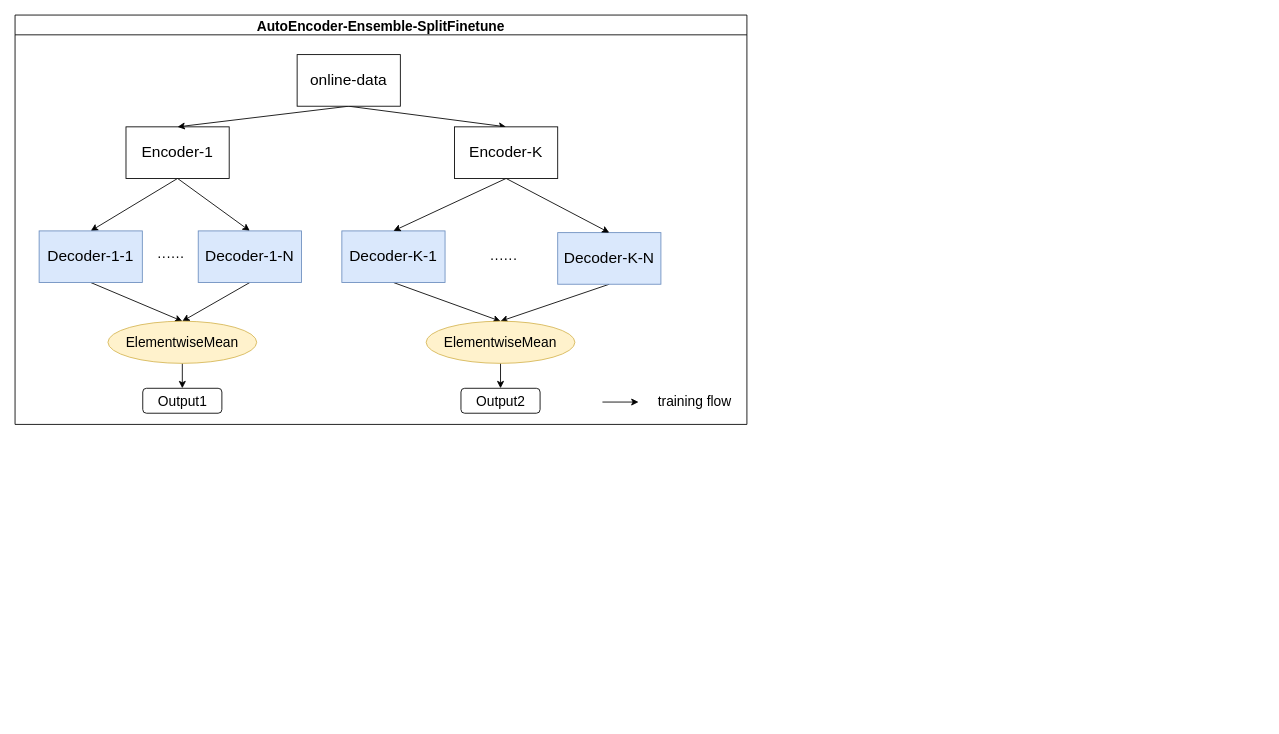
Above: naic21.online.finetune2.drawio in Wu-Xiang123/Hello-GItHub (draw.io), before the change. Source tidied: cells renumbered, new cells numbered last; positions are measured from the earlier drawing's top-left corner, leaving out a move shared by most shapes. Both pictures are drawn from the tidied source at 86%, with x=0, y=0 at pixel (15, 15).
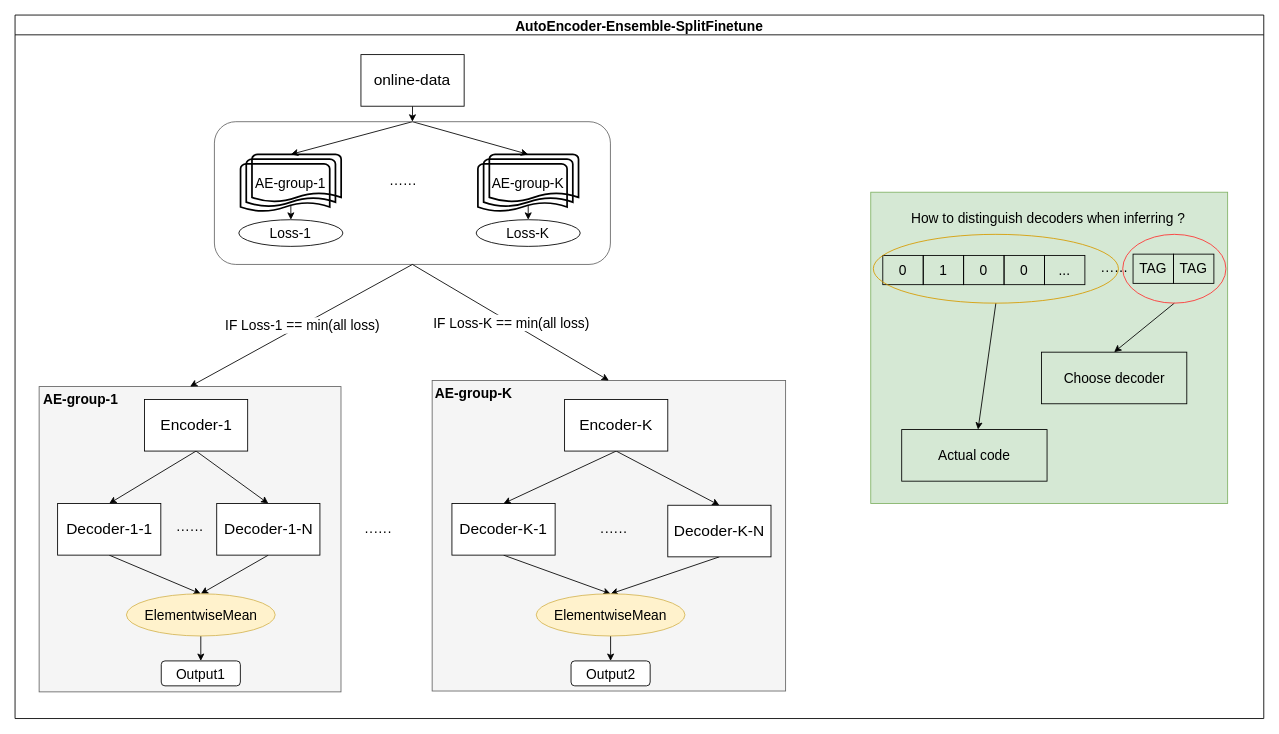
The same diagram, later.

What changed in the source:
```diff
@@
     <mxCell id="2" value="AutoEncoder-Ensemble-SplitFinetune" style="swimlane;fontSize=16;" parent="1" vertex="1">
-      <mxGeometry width="851" height="476" as="geometry" />
+      <mxGeometry width="1452" height="818" as="geometry" />
     </mxCell>
+    <mxCell id="30" style="edgeStyle=none;rounded=0;jettySize=auto;html=1;exitX=0.5;exitY=0;exitDx=0;exitDy=0;entryX=0.5;entryY=0;entryDx=0;entryDy=0;entryPerimeter=0;fontSize=16;" parent="2" edge="1" source="32" target="40">
+      <mxGeometry relative="1" as="geometry" />
+    </mxCell>
+    <mxCell id="31" style="edgeStyle=none;rounded=0;jettySize=auto;html=1;exitX=0.5;exitY=0;exitDx=0;exitDy=0;entryX=0.5;entryY=0;entryDx=0;entryDy=0;entryPerimeter=0;fontSize=16;" parent="2" edge="1" source="32" target="43">
+      <mxGeometry relative="1" as="geometry" />
+    </mxCell>
+    <mxCell id="32" style="rounded=1;whiteSpace=wrap;html=1;fontSize=16;fillColor=none;fontColor=#333333;strokeColor=#666666;" parent="2" vertex="1">
+      <mxGeometry x="231.8" y="124" width="460.5" height="166" as="geometry" />
+    </mxCell>
+    <mxCell id="33" style="rounded=0;whiteSpace=wrap;html=1;fillColor=#f5f5f5;fontColor=#333333;strokeColor=#666666;" parent="2" vertex="1">
+      <mxGeometry x="485" y="425" width="411" height="361" as="geometry" />
+    </mxCell>
+    <mxCell id="34" style="rounded=0;whiteSpace=wrap;html=1;fillColor=#f5f5f5;fontColor=#333333;strokeColor=#666666;" parent="2" vertex="1">
+      <mxGeometry x="28" y="432" width="351" height="355" as="geometry" />
+    </mxCell>
@@
     <mxCell id="5" value="&lt;font style=&quot;font-size: 18px;&quot;&gt;Encoder-1&lt;/font&gt;" style="rounded=0;whiteSpace=wrap;html=1;" parent="2" vertex="1">
-      <mxGeometry x="129" y="130" width="120" height="60" as="geometry" />
+      <mxGeometry x="150.5" y="447" width="120" height="60" as="geometry" />
     </mxCell>
@@
-    <mxCell id="7" value="&lt;font style=&quot;font-size: 18px;&quot;&gt;Decoder-1-1&lt;br&gt;&lt;/font&gt;" style="rounded=0;whiteSpace=wrap;html=1;fillColor=#dae8fc;strokeColor=#6c8ebf;" parent="2" vertex="1">
-      <mxGeometry x="28" y="251" width="120" height="60" as="geometry" />
+    <mxCell id="7" value="&lt;font style=&quot;font-size: 18px;&quot;&gt;Decoder-1-1&lt;br&gt;&lt;/font&gt;" style="rounded=0;whiteSpace=wrap;html=1;" parent="2" vertex="1">
+      <mxGeometry x="49.5" y="568" width="120" height="60" as="geometry" />
     </mxCell>
@@
-    <mxCell id="9" value="&lt;font style=&quot;font-size: 18px;&quot;&gt;Decoder-1-N&lt;br&gt;&lt;/font&gt;" style="rounded=0;whiteSpace=wrap;html=1;fillColor=#dae8fc;strokeColor=#6c8ebf;" parent="2" vertex="1">
-      <mxGeometry x="213" y="251" width="120" height="60" as="geometry" />
+    <mxCell id="9" value="&lt;font style=&quot;font-size: 18px;&quot;&gt;Decoder-1-N&lt;br&gt;&lt;/font&gt;" style="rounded=0;whiteSpace=wrap;html=1;" parent="2" vertex="1">
+      <mxGeometry x="234.5" y="568" width="120" height="60" as="geometry" />
     </mxCell>
@@
-    <mxCell id="11" value="&lt;font style=&quot;font-size: 18px;&quot;&gt;Decoder-K-1&lt;br&gt;&lt;/font&gt;" style="rounded=0;whiteSpace=wrap;html=1;fillColor=#dae8fc;strokeColor=#6c8ebf;" parent="2" vertex="1">
-      <mxGeometry x="380" y="251" width="120" height="60" as="geometry" />
+    <mxCell id="11" value="&lt;font style=&quot;font-size: 18px;&quot;&gt;Decoder-K-1&lt;br&gt;&lt;/font&gt;" style="rounded=0;whiteSpace=wrap;html=1;" parent="2" vertex="1">
+      <mxGeometry x="508" y="568" width="120" height="60" as="geometry" />
     </mxCell>
@@
-    <mxCell id="13" value="&lt;span style=&quot;font-size: 18px;&quot;&gt;Decoder-K-N&lt;/span&gt;" style="rounded=0;whiteSpace=wrap;html=1;fillColor=#dae8fc;strokeColor=#6c8ebf;" parent="2" vertex="1">
-      <mxGeometry x="631" y="253" width="120" height="60" as="geometry" />
+    <mxCell id="13" value="&lt;span style=&quot;font-size: 18px;&quot;&gt;Decoder-K-N&lt;/span&gt;" style="rounded=0;whiteSpace=wrap;html=1;" parent="2" vertex="1">
+      <mxGeometry x="759" y="570" width="120" height="60" as="geometry" />
     </mxCell>
     <mxCell id="14" value="······" style="text;html=1;align=center;verticalAlign=middle;strokeColor=none;fillColor=none;fontSize=16;" parent="2" vertex="1">
-      <mxGeometry x="543" y="267.5" width="50" height="31" as="geometry" />
+      <mxGeometry x="671" y="584.5" width="50" height="31" as="geometry" />
     </mxCell>
@@
     <mxCell id="16" value="ElementwiseMean" style="ellipse;whiteSpace=wrap;html=1;fontSize=16;fillColor=#fff2cc;strokeColor=#d6b656;" parent="2" vertex="1">
-      <mxGeometry x="108" y="356" width="173" height="49" as="geometry" />
+      <mxGeometry x="129.5" y="673" width="173" height="49" as="geometry" />
     </mxCell>
     <mxCell id="17" value="Output1" style="rounded=1;whiteSpace=wrap;html=1;fontSize=16;" parent="2" vertex="1">
-      <mxGeometry x="148.5" y="434" width="92" height="29" as="geometry" />
+      <mxGeometry x="170" y="751" width="92" height="29" as="geometry" />
     </mxCell>
-    <mxCell id="18" style="endArrow=classic;html=1;rounded=0;fontSize=16;" parent="2" edge="1">
-      <mxGeometry relative="1" as="geometry">
-        <mxPoint x="683" y="450" as="sourcePoint" />
-        <mxPoint x="725" y="450" as="targetPoint" />
-      </mxGeometry>
-    </mxCell>
-    <mxCell id="19" value="training flow" style="text;html=1;align=center;verticalAlign=middle;strokeColor=none;fillColor=none;fontSize=16;" parent="2" vertex="1">
-      <mxGeometry x="738" y="433" width="104" height="31" as="geometry" />
-    </mxCell>
-    <mxCell id="20" style="edgeStyle=none;rounded=0;jettySize=auto;html=1;exitX=0.5;exitY=1;exitDx=0;exitDy=0;entryX=0.5;entryY=0;entryDx=0;entryDy=0;" parent="2" edge="1" source="22" target="5">
-      <mxGeometry relative="1" as="geometry" />
-    </mxCell>
-    <mxCell id="21" style="edgeStyle=none;rounded=0;jettySize=auto;html=1;exitX=0.5;exitY=1;exitDx=0;exitDy=0;entryX=0.5;entryY=0;entryDx=0;entryDy=0;" parent="2" edge="1" source="22" target="25">
-      <mxGeometry relative="1" as="geometry" />
-    </mxCell>
+    <mxCell id="35" style="edgeStyle=none;rounded=0;jettySize=auto;html=1;exitX=0.5;exitY=1;exitDx=0;exitDy=0;entryX=0.5;entryY=0;entryDx=0;entryDy=0;fontSize=16;" parent="2" edge="1" source="22" target="32">
+      <mxGeometry relative="1" as="geometry" />
+    </mxCell>
     <mxCell id="22" value="&lt;font style=&quot;font-size: 18px;&quot;&gt;online-data&lt;/font&gt;" style="rounded=0;whiteSpace=wrap;html=1;" parent="2" vertex="1">
-      <mxGeometry x="328" y="46" width="120" height="60" as="geometry" />
+      <mxGeometry x="402.2" y="46" width="120" height="60" as="geometry" />
     </mxCell>
@@
     <mxCell id="25" value="&lt;font style=&quot;font-size: 18px;&quot;&gt;Encoder-K&lt;/font&gt;" style="rounded=0;whiteSpace=wrap;html=1;" parent="2" vertex="1">
-      <mxGeometry x="511" y="130" width="120" height="60" as="geometry" />
+      <mxGeometry x="639" y="447" width="120" height="60" as="geometry" />
     </mxCell>
     <mxCell id="26" value="······" style="text;html=1;align=center;verticalAlign=middle;strokeColor=none;fillColor=none;fontSize=16;" parent="2" vertex="1">
-      <mxGeometry x="156" y="265.5" width="50" height="31" as="geometry" />
+      <mxGeometry x="177.5" y="582.5" width="50" height="31" as="geometry" />
     </mxCell>
@@
     <mxCell id="28" value="ElementwiseMean" style="ellipse;whiteSpace=wrap;html=1;fontSize=16;fillColor=#fff2cc;strokeColor=#d6b656;" parent="2" vertex="1">
-      <mxGeometry x="478" y="356" width="173" height="49" as="geometry" />
+      <mxGeometry x="606" y="673" width="173" height="49" as="geometry" />
     </mxCell>
     <mxCell id="29" value="Output2" style="rounded=1;whiteSpace=wrap;html=1;fontSize=16;" parent="2" vertex="1">
-      <mxGeometry x="518.5" y="434" width="92" height="29" as="geometry" />
+      <mxGeometry x="646.5" y="751" width="92" height="29" as="geometry" />
     </mxCell>
+    <mxCell id="36" value="······" style="text;html=1;align=center;verticalAlign=middle;strokeColor=none;fillColor=none;fontSize=16;" parent="2" vertex="1">
+      <mxGeometry x="397" y="584.5" width="50" height="31" as="geometry" />
+    </mxCell>
+    <mxCell id="37" value="&lt;b&gt;&lt;font style=&quot;font-size: 16px;&quot;&gt;AE-group-1&lt;/font&gt;&lt;/b&gt;" style="text;html=1;strokeColor=none;fillColor=none;align=center;verticalAlign=middle;whiteSpace=wrap;rounded=0;" parent="2" vertex="1">
+      <mxGeometry x="23" y="432" width="107" height="30" as="geometry" />
+    </mxCell>
+    <mxCell id="38" value="&lt;b&gt;&lt;font style=&quot;font-size: 16px;&quot;&gt;AE-group-K&lt;/font&gt;&lt;/b&gt;" style="text;html=1;strokeColor=none;fillColor=none;align=center;verticalAlign=middle;whiteSpace=wrap;rounded=0;" parent="2" vertex="1">
+      <mxGeometry x="485" y="425" width="97" height="30" as="geometry" />
+    </mxCell>
+    <mxCell id="39" style="edgeStyle=none;rounded=0;jettySize=auto;html=1;exitX=0.5;exitY=0.88;exitDx=0;exitDy=0;exitPerimeter=0;entryX=0.5;entryY=0;entryDx=0;entryDy=0;fontSize=16;" parent="2" edge="1" source="40" target="44">
+      <mxGeometry relative="1" as="geometry" />
+    </mxCell>
+    <mxCell id="40" value="AE-group-1" style="strokeWidth=2;html=1;shape=mxgraph.flowchart.multi-document;whiteSpace=wrap;fontSize=16;fillColor=none;" parent="2" vertex="1">
+      <mxGeometry x="262.2" y="162" width="117" height="67" as="geometry" />
+    </mxCell>
+    <mxCell id="41" value="······" style="text;html=1;align=center;verticalAlign=middle;strokeColor=none;fillColor=none;fontSize=16;" parent="2" vertex="1">
+      <mxGeometry x="426.2" y="180" width="50" height="31" as="geometry" />
+    </mxCell>
+    <mxCell id="42" style="edgeStyle=none;rounded=0;jettySize=auto;html=1;exitX=0.5;exitY=0.88;exitDx=0;exitDy=0;exitPerimeter=0;entryX=0.5;entryY=0;entryDx=0;entryDy=0;fontSize=16;" parent="2" edge="1" source="43" target="45">
+      <mxGeometry relative="1" as="geometry" />
+    </mxCell>
+    <mxCell id="43" value="AE-group-K" style="strokeWidth=2;html=1;shape=mxgraph.flowchart.multi-document;whiteSpace=wrap;fontSize=16;fillColor=none;" parent="2" vertex="1">
+      <mxGeometry x="538.2" y="162" width="117" height="67" as="geometry" />
+    </mxCell>
+    <mxCell id="44" value="Loss-1" style="ellipse;whiteSpace=wrap;html=1;fontSize=16;fillColor=none;" parent="2" vertex="1">
+      <mxGeometry x="260.2" y="238" width="121" height="31" as="geometry" />
+    </mxCell>
+    <mxCell id="45" value="Loss-K" style="ellipse;whiteSpace=wrap;html=1;fontSize=16;fillColor=none;" parent="2" vertex="1">
+      <mxGeometry x="536.2" y="238" width="121" height="31" as="geometry" />
+    </mxCell>
+    <mxCell id="46" style="edgeStyle=none;rounded=0;orthogonalLoop=1;jettySize=auto;html=1;exitX=0.5;exitY=0;exitDx=0;exitDy=0;fontSize=16;" parent="2" edge="1" source="32" target="32">
+      <mxGeometry relative="1" as="geometry" />
+    </mxCell>
+    <mxCell id="47" style="endArrow=classic;html=1;rounded=0;fontSize=16;exitX=0.5;exitY=1;exitDx=0;exitDy=0;entryX=0.5;entryY=0;entryDx=0;entryDy=0;" parent="2" edge="1" source="32" target="34">
+      <mxGeometry relative="1" as="geometry" />
+    </mxCell>
+    <mxCell id="48" value="IF Loss-1 == min(all loss)" style="edgeLabel;html=1;align=center;verticalAlign=middle;fontSize=16;fillColor=none;" parent="47" vertex="1">
+      <mxGeometry relative="1" as="geometry" />
+    </mxCell>
+    <mxCell id="49" style="endArrow=classic;html=1;rounded=0;fontSize=16;exitX=0.5;exitY=1;exitDx=0;exitDy=0;entryX=0.5;entryY=0;entryDx=0;entryDy=0;" parent="2" edge="1" source="32" target="33">
+      <mxGeometry relative="1" as="geometry" />
+    </mxCell>
+    <mxCell id="50" value="IF Loss-K == min(all loss)" style="edgeLabel;html=1;align=center;verticalAlign=middle;fontSize=16;fillColor=none;" parent="49" vertex="1">
+      <mxGeometry relative="1" as="geometry" />
+    </mxCell>
+    <mxCell id="51" style="rounded=0;whiteSpace=wrap;html=1;fontSize=16;fillColor=#d5e8d4;strokeColor=#82b366;" parent="2" vertex="1">
+      <mxGeometry x="995" y="206" width="415" height="362" as="geometry" />
+    </mxCell>
+    <mxCell id="52" value="How to&amp;nbsp;distinguish decoders when inferring ?" style="text;html=1;strokeColor=none;fillColor=none;align=center;verticalAlign=middle;whiteSpace=wrap;rounded=0;fontSize=16;" parent="2" vertex="1">
+      <mxGeometry x="1037" y="221" width="329" height="30" as="geometry" />
+    </mxCell>
+    <mxCell id="53" value="0" style="rounded=0;whiteSpace=wrap;html=1;fontSize=16;fillColor=none;" parent="2" vertex="1">
+      <mxGeometry x="1009" y="279.5" width="47" height="34" as="geometry" />
+    </mxCell>
+    <mxCell id="54" value="1" style="rounded=0;whiteSpace=wrap;html=1;fontSize=16;fillColor=none;" parent="2" vertex="1">
+      <mxGeometry x="1056" y="279.5" width="47" height="34" as="geometry" />
+    </mxCell>
+    <mxCell id="55" value="0" style="rounded=0;whiteSpace=wrap;html=1;fontSize=16;fillColor=none;" parent="2" vertex="1">
+      <mxGeometry x="1103" y="279.5" width="47" height="34" as="geometry" />
+    </mxCell>
+    <mxCell id="56" value="0" style="rounded=0;whiteSpace=wrap;html=1;fontSize=16;fillColor=none;" parent="2" vertex="1">
+      <mxGeometry x="1150" y="279.5" width="47" height="34" as="geometry" />
+    </mxCell>
+    <mxCell id="57" value="..." style="rounded=0;whiteSpace=wrap;html=1;fontSize=16;fillColor=none;" parent="2" vertex="1">
+      <mxGeometry x="1197" y="279.5" width="47" height="34" as="geometry" />
+    </mxCell>
+    <mxCell id="58" value="······" style="text;html=1;align=center;verticalAlign=middle;strokeColor=none;fillColor=none;fontSize=16;" parent="2" vertex="1">
+      <mxGeometry x="1253" y="281" width="50" height="31" as="geometry" />
+    </mxCell>
+    <mxCell id="59" value="TAG" style="rounded=0;whiteSpace=wrap;html=1;fontSize=16;fillColor=none;" parent="2" vertex="1">
+      <mxGeometry x="1300" y="278" width="47" height="34" as="geometry" />
+    </mxCell>
+    <mxCell id="60" value="TAG" style="rounded=0;whiteSpace=wrap;html=1;fontSize=16;fillColor=none;" parent="2" vertex="1">
+      <mxGeometry x="1347" y="278" width="47" height="34" as="geometry" />
+    </mxCell>
+    <mxCell id="61" style="edgeStyle=none;rounded=0;jettySize=auto;html=1;exitX=0.5;exitY=1;exitDx=0;exitDy=0;fontSize=16;entryX=0.5;entryY=0;entryDx=0;entryDy=0;" parent="2" edge="1" source="62" target="63">
+      <mxGeometry relative="1" as="geometry" />
+    </mxCell>
+    <mxCell id="62" style="ellipse;whiteSpace=wrap;html=1;fontSize=16;fillColor=none;strokeColor=#FF3333;" parent="2" vertex="1">
+      <mxGeometry x="1288" y="255" width="120" height="80" as="geometry" />
+    </mxCell>
+    <mxCell id="63" value="Choose decoder" style="rounded=0;whiteSpace=wrap;html=1;fontSize=16;fillColor=none;" parent="2" vertex="1">
+      <mxGeometry x="1193.5" y="392" width="169" height="60" as="geometry" />
+    </mxCell>
+    <mxCell id="64" style="edgeStyle=none;rounded=0;jettySize=auto;html=1;exitX=0.5;exitY=1;exitDx=0;exitDy=0;fontSize=16;" parent="2" edge="1" source="65" target="66">
+      <mxGeometry relative="1" as="geometry" />
+    </mxCell>
+    <mxCell id="65" style="ellipse;whiteSpace=wrap;html=1;fontSize=16;strokeColor=#d79b00;fillColor=none;" parent="2" vertex="1">
+      <mxGeometry x="998" y="255" width="285" height="80" as="geometry" />
+    </mxCell>
+    <mxCell id="66" value="Actual code" style="rounded=0;whiteSpace=wrap;html=1;fontSize=16;fillColor=none;" parent="2" vertex="1">
+      <mxGeometry x="1031" y="482" width="169" height="60" as="geometry" />
+    </mxCell>
```
